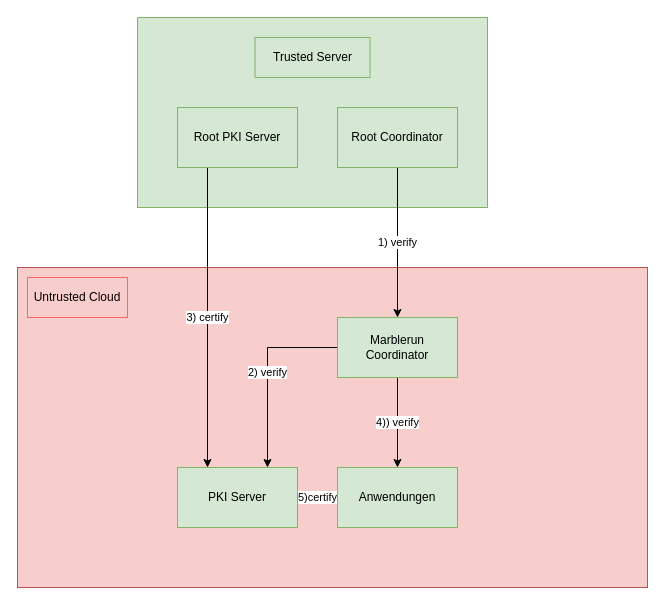
Above: cloud/konzeptsingle.drawio in paulgoehring/pki_go (draw.io), before the change. Source tidied: cells renumbered, new cells numbered last; positions are measured from the earlier drawing's top-left corner, leaving out a move shared by most shapes. Both pictures are drawn from the tidied source at 100%, with x=0, y=0 at pixel (17, 17).
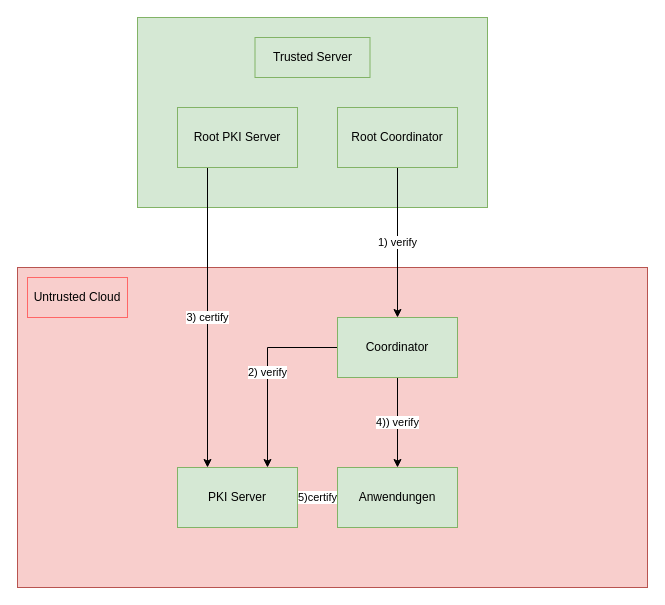
After the change.

What changed in the source:
```diff
@@
 <mxGraphModel>
   <root>
     <mxCell id="0" />
     <mxCell id="1" parent="0" />
     <mxCell id="2" style="rounded=0;whiteSpace=wrap;html=1;strokeColor=#b85450;fillColor=#f8cecc;" parent="1" vertex="1">
       <mxGeometry y="250" width="630" height="320" as="geometry" />
     </mxCell>
     <mxCell id="3" style="rounded=0;whiteSpace=wrap;html=1;strokeColor=#82b366;fillColor=#d5e8d4;" parent="1" vertex="1">
       <mxGeometry x="120" width="350" height="190" as="geometry" />
     </mxCell>
     <mxCell id="4" value="Trusted Server" style="text;html=1;strokeColor=#82b366;fillColor=#d5e8d4;align=center;verticalAlign=middle;whiteSpace=wrap;rounded=0;" parent="1" vertex="1">
       <mxGeometry x="237.5" y="20" width="115" height="40" as="geometry" />
     </mxCell>
     <mxCell id="5" value="3) certify" style="edgeStyle=orthogonalEdgeStyle;rounded=0;jettySize=auto;html=1;exitX=0.25;exitY=1;exitDx=0;exitDy=0;entryX=0.25;entryY=0;entryDx=0;entryDy=0;" parent="1" edge="1" source="6" target="14">
       <mxGeometry relative="1" as="geometry" />
     </mxCell>
     <mxCell id="6" value="Root PKI Server" style="rounded=0;whiteSpace=wrap;html=1;fillColor=#d5e8d4;strokeColor=#82b366;" parent="1" vertex="1">
       <mxGeometry x="160" y="90" width="120" height="60" as="geometry" />
     </mxCell>
     <mxCell id="7" value="1) verify" style="edgeStyle=orthogonalEdgeStyle;rounded=0;jettySize=auto;html=1;exitX=0.5;exitY=1;exitDx=0;exitDy=0;entryX=0.5;entryY=0;entryDx=0;entryDy=0;" parent="1" edge="1" source="8" target="12">
       <mxGeometry relative="1" as="geometry" />
     </mxCell>
     <mxCell id="8" value="Root Coordinator" style="rounded=0;whiteSpace=wrap;html=1;fillColor=#d5e8d4;strokeColor=#82b366;" parent="1" vertex="1">
       <mxGeometry x="320" y="90" width="120" height="60" as="geometry" />
     </mxCell>
     <mxCell id="9" value="Untrusted Cloud" style="text;html=1;strokeColor=#FF6666;fillColor=#f8cecc;align=center;verticalAlign=middle;whiteSpace=wrap;rounded=0;" parent="1" vertex="1">
       <mxGeometry x="10" y="260" width="100" height="40" as="geometry" />
     </mxCell>
     <mxCell id="10" value="2) verify" style="edgeStyle=orthogonalEdgeStyle;rounded=0;jettySize=auto;html=1;exitX=0;exitY=0.5;exitDx=0;exitDy=0;entryX=0.75;entryY=0;entryDx=0;entryDy=0;" parent="1" edge="1" source="12" target="14">
       <mxGeometry relative="1" as="geometry" />
     </mxCell>
     <mxCell id="11" value="4)) verify" style="edgeStyle=orthogonalEdgeStyle;rounded=0;jettySize=auto;html=1;exitX=0.5;exitY=1;exitDx=0;exitDy=0;entryX=0.5;entryY=0;entryDx=0;entryDy=0;" parent="1" edge="1" source="12" target="15">
       <mxGeometry relative="1" as="geometry" />
     </mxCell>
-    <mxCell id="12" value="Marblerun Coordinator" style="rounded=0;whiteSpace=wrap;html=1;fillColor=#d5e8d4;strokeColor=#82b366;" parent="1" vertex="1">
+    <mxCell id="12" value="Coordinator" style="rounded=0;whiteSpace=wrap;html=1;fillColor=#d5e8d4;strokeColor=#82b366;" parent="1" vertex="1">
       <mxGeometry x="320" y="300" width="120" height="60" as="geometry" />
     </mxCell>
     <mxCell id="13" value="5)certify" style="edgeStyle=orthogonalEdgeStyle;rounded=0;jettySize=auto;html=1;exitX=1;exitY=0.5;exitDx=0;exitDy=0;entryX=0;entryY=0.5;entryDx=0;entryDy=0;" parent="1" edge="1" source="14" target="15">
       <mxGeometry relative="1" as="geometry" />
     </mxCell>
     <mxCell id="14" value="PKI Server" style="rounded=0;whiteSpace=wrap;html=1;fillColor=#d5e8d4;strokeColor=#82b366;" parent="1" vertex="1">
       <mxGeometry x="160" y="450" width="120" height="60" as="geometry" />
     </mxCell>
     <mxCell id="15" value="Anwendungen" style="rounded=0;whiteSpace=wrap;html=1;fillColor=#d5e8d4;strokeColor=#82b366;" parent="1" vertex="1">
       <mxGeometry x="320" y="450" width="120" height="60" as="geometry" />
     </mxCell>
   </root>
 </mxGraphModel>
```
